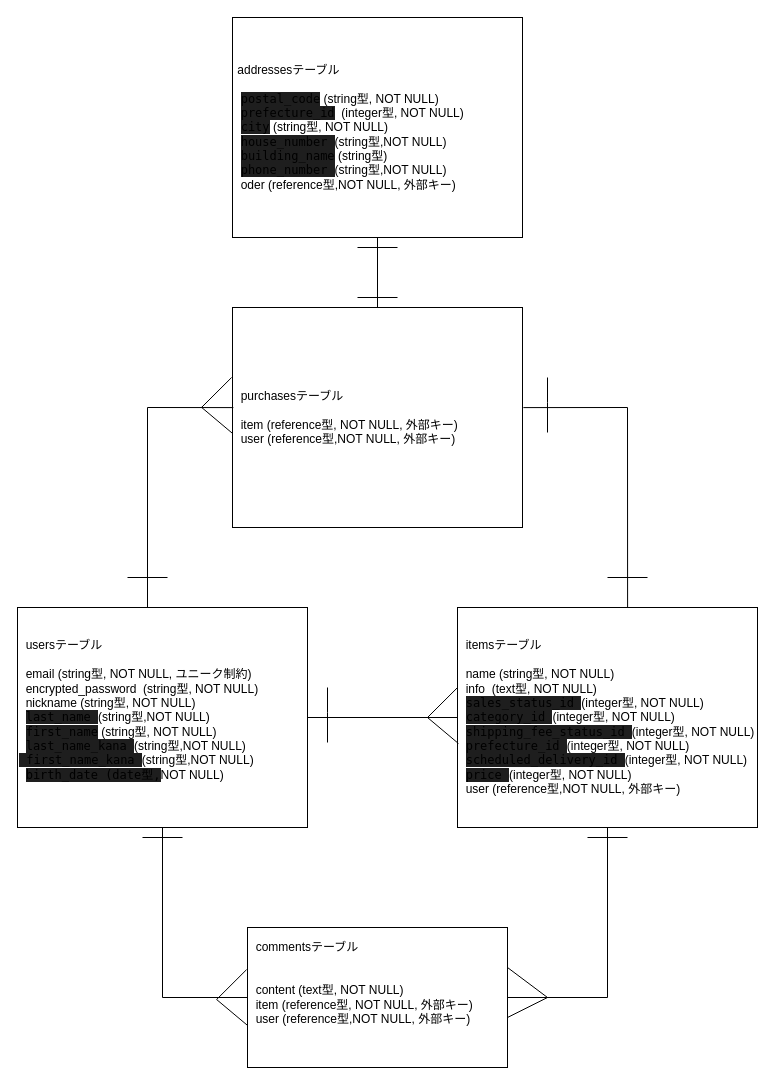
Before: ER.dio in ponta4699/furima-38652, a draw.io diagram. Source tidied: cells renumbered, new cells numbered last; positions are measured from the earlier drawing's top-left corner, leaving out a move shared by most shapes. Both pictures are drawn from the tidied source at 100%, with x=0, y=0 at pixel (17, 17).
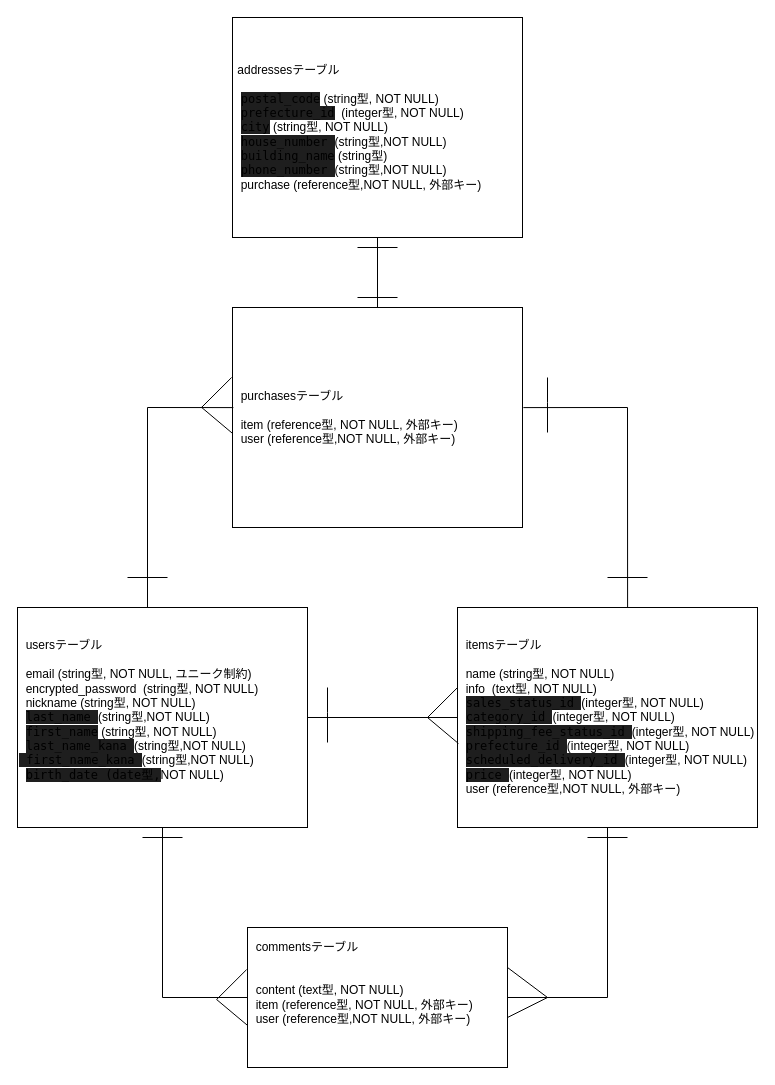
After the change.

Commit message:
ER図、READMEの再修正−５回目

What changed in the source:
```diff
@@
-    <mxCell id="25" value="&amp;nbsp;a&lt;span style=&quot;background-color: transparent ; font-family: , , &amp;#34;sf mono&amp;#34; , &amp;#34;menlo&amp;#34; , &amp;#34;consolas&amp;#34; , &amp;#34;liberation mono&amp;#34; , monospace ; font-size: 11.9px&quot;&gt;ddresses&lt;/span&gt;&lt;span&gt;テーブル&lt;/span&gt;&lt;br&gt;&lt;br&gt;&amp;nbsp;&amp;nbsp;&lt;span style=&quot;background-color: rgb(30 , 30 , 30) ; font-family: &amp;#34;menlo&amp;#34; , &amp;#34;monaco&amp;#34; , &amp;#34;courier new&amp;#34; , monospace&quot;&gt;postal_code&lt;/span&gt;&amp;nbsp;(string型, NOT NULL)&lt;br&gt;&amp;nbsp;&amp;nbsp;&lt;span style=&quot;font-family: &amp;#34;menlo&amp;#34; , &amp;#34;monaco&amp;#34; , &amp;#34;courier new&amp;#34; , monospace ; background-color: rgb(30 , 30 , 30)&quot;&gt;prefecture_id&lt;/span&gt;&amp;nbsp; (integer型, NOT NULL)&lt;br&gt;&amp;nbsp;&amp;nbsp;&lt;span style=&quot;background-color: rgb(30 , 30 , 30) ; font-family: &amp;#34;menlo&amp;#34; , &amp;#34;monaco&amp;#34; , &amp;#34;courier new&amp;#34; , monospace&quot;&gt;city&lt;/span&gt;&amp;nbsp;(string型, NOT NULL)&lt;br&gt;&amp;nbsp;&amp;nbsp;&lt;span style=&quot;background-color: rgb(30 , 30 , 30) ; font-family: &amp;#34;menlo&amp;#34; , &amp;#34;monaco&amp;#34; , &amp;#34;courier new&amp;#34; , monospace&quot;&gt;house_number&lt;/span&gt;&lt;span style=&quot;background-color: rgb(30 , 30 , 30) ; font-family: &amp;#34;menlo&amp;#34; , &amp;#34;monaco&amp;#34; , &amp;#34;courier new&amp;#34; , monospace&quot;&gt;&amp;nbsp;&lt;/span&gt;(string型,NOT NULL)&lt;br&gt;&amp;nbsp;&amp;nbsp;&lt;span style=&quot;background-color: rgb(30 , 30 , 30) ; font-family: &amp;#34;menlo&amp;#34; , &amp;#34;monaco&amp;#34; , &amp;#34;courier new&amp;#34; , monospace&quot;&gt;building_name&lt;/span&gt;&amp;nbsp;(string型)&lt;br&gt;&amp;nbsp;&amp;nbsp;&lt;span style=&quot;background-color: rgb(30 , 30 , 30) ; font-family: &amp;#34;menlo&amp;#34; , &amp;#34;monaco&amp;#34; , &amp;#34;courier new&amp;#34; , monospace&quot;&gt;phone_number&lt;/span&gt;&lt;span style=&quot;background-color: rgb(30 , 30 , 30) ; font-family: &amp;#34;menlo&amp;#34; , &amp;#34;monaco&amp;#34; , &amp;#34;courier new&amp;#34; , monospace&quot;&gt;&amp;nbsp;&lt;/span&gt;(string型,NOT NULL)&lt;br&gt;&amp;nbsp; oder (reference型,NOT NULL, 外部キー)&lt;span style=&quot;background-color: rgb(30 , 30 , 30) ; color: rgb(212 , 212 , 212) ; font-family: &amp;#34;menlo&amp;#34; , &amp;#34;monaco&amp;#34; , &amp;#34;courier new&amp;#34; , monospace&quot;&gt;&lt;br&gt;&lt;/span&gt;" style="whiteSpace=wrap;html=1;align=left;" parent="1" vertex="1">
+    <mxCell id="25" value="&amp;nbsp;a&lt;span style=&quot;background-color: transparent ; font-family: , , &amp;#34;sf mono&amp;#34; , &amp;#34;menlo&amp;#34; , &amp;#34;consolas&amp;#34; , &amp;#34;liberation mono&amp;#34; , monospace ; font-size: 11.9px&quot;&gt;ddresses&lt;/span&gt;&lt;span&gt;テーブル&lt;/span&gt;&lt;br&gt;&lt;br&gt;&amp;nbsp;&amp;nbsp;&lt;span style=&quot;background-color: rgb(30 , 30 , 30) ; font-family: &amp;#34;menlo&amp;#34; , &amp;#34;monaco&amp;#34; , &amp;#34;courier new&amp;#34; , monospace&quot;&gt;postal_code&lt;/span&gt;&amp;nbsp;(string型, NOT NULL)&lt;br&gt;&amp;nbsp;&amp;nbsp;&lt;span style=&quot;font-family: &amp;#34;menlo&amp;#34; , &amp;#34;monaco&amp;#34; , &amp;#34;courier new&amp;#34; , monospace ; background-color: rgb(30 , 30 , 30)&quot;&gt;prefecture_id&lt;/span&gt;&amp;nbsp; (integer型, NOT NULL)&lt;br&gt;&amp;nbsp;&amp;nbsp;&lt;span style=&quot;background-color: rgb(30 , 30 , 30) ; font-family: &amp;#34;menlo&amp;#34; , &amp;#34;monaco&amp;#34; , &amp;#34;courier new&amp;#34; , monospace&quot;&gt;city&lt;/span&gt;&amp;nbsp;(string型, NOT NULL)&lt;br&gt;&amp;nbsp;&amp;nbsp;&lt;span style=&quot;background-color: rgb(30 , 30 , 30) ; font-family: &amp;#34;menlo&amp;#34; , &amp;#34;monaco&amp;#34; , &amp;#34;courier new&amp;#34; , monospace&quot;&gt;house_number&lt;/span&gt;&lt;span style=&quot;background-color: rgb(30 , 30 , 30) ; font-family: &amp;#34;menlo&amp;#34; , &amp;#34;monaco&amp;#34; , &amp;#34;courier new&amp;#34; , monospace&quot;&gt;&amp;nbsp;&lt;/span&gt;(string型,NOT NULL)&lt;br&gt;&amp;nbsp;&amp;nbsp;&lt;span style=&quot;background-color: rgb(30 , 30 , 30) ; font-family: &amp;#34;menlo&amp;#34; , &amp;#34;monaco&amp;#34; , &amp;#34;courier new&amp;#34; , monospace&quot;&gt;building_name&lt;/span&gt;&amp;nbsp;(string型)&lt;br&gt;&amp;nbsp;&amp;nbsp;&lt;span style=&quot;background-color: rgb(30 , 30 , 30) ; font-family: &amp;#34;menlo&amp;#34; , &amp;#34;monaco&amp;#34; , &amp;#34;courier new&amp;#34; , monospace&quot;&gt;phone_number&lt;/span&gt;&lt;span style=&quot;background-color: rgb(30 , 30 , 30) ; font-family: &amp;#34;menlo&amp;#34; , &amp;#34;monaco&amp;#34; , &amp;#34;courier new&amp;#34; , monospace&quot;&gt;&amp;nbsp;&lt;/span&gt;(string型,NOT NULL)&lt;br&gt;&amp;nbsp; purchase (reference型,NOT NULL, 外部キー)&lt;span style=&quot;background-color: rgb(30 , 30 , 30) ; color: rgb(212 , 212 , 212) ; font-family: &amp;#34;menlo&amp;#34; , &amp;#34;monaco&amp;#34; , &amp;#34;courier new&amp;#34; , monospace&quot;&gt;&lt;br&gt;&lt;/span&gt;" style="whiteSpace=wrap;html=1;align=left;" parent="1" vertex="1">
       <mxGeometry x="215" width="290" height="220" as="geometry" />
     </mxCell>
```
